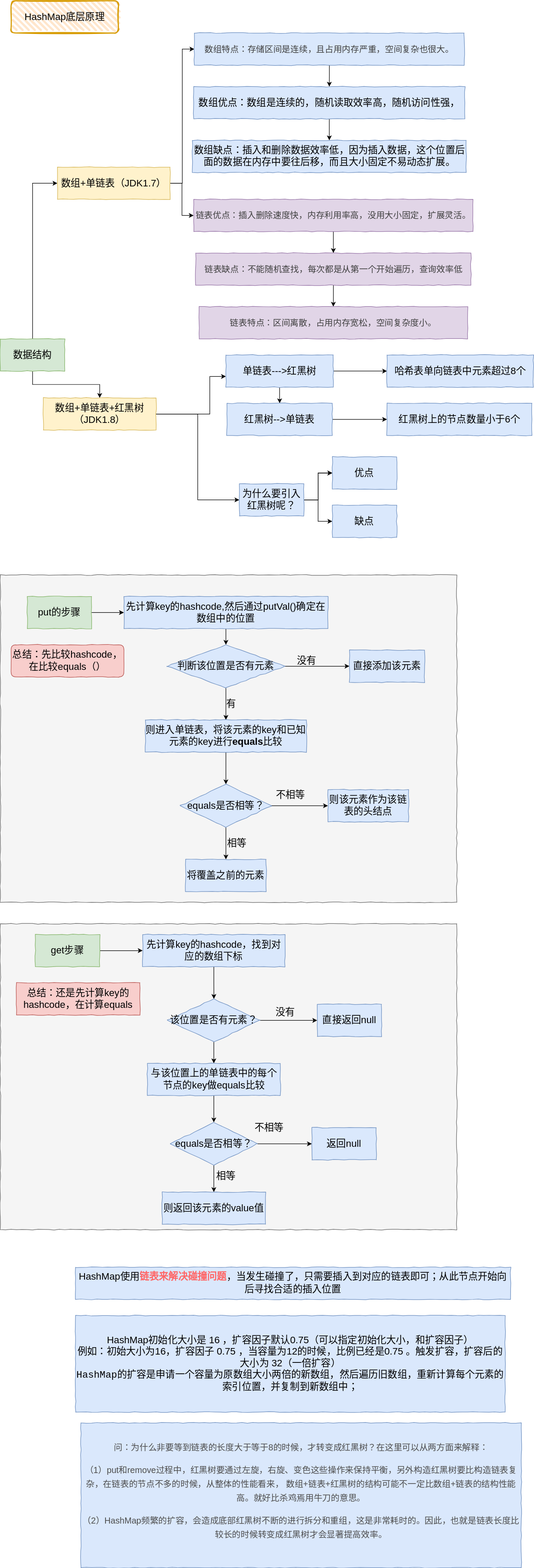
Above: Java/HashMap.svg in kusuzi/LearnJava (draw.io), before the change. Source tidied: cells renumbered, new cells last; positions are measured from the earlier drawing's top-left corner, leaving out a move shared by most shapes.
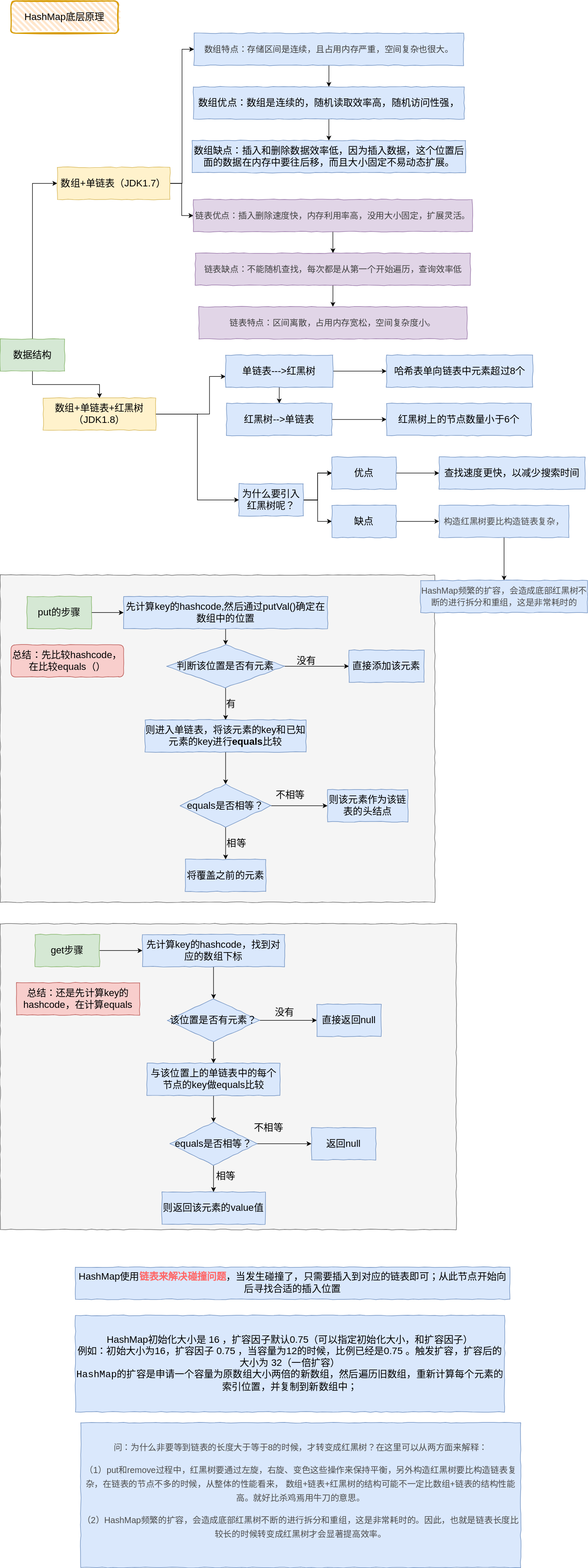
Later version of the same file.

Diff of the diagram source:
```diff
@@ -6,7 +6,7 @@
       <mxGeometry y="1720" width="850" height="570" as="geometry" />
     </mxCell>
     <mxCell id="3" style="rounded=0;whiteSpace=wrap;html=1;comic=1;fontSize=18;strokeColor=#666666;fillColor=#f5f5f5;fontColor=#333333;" parent="1" vertex="1">
-      <mxGeometry y="1070" width="850" height="610" as="geometry" />
+      <mxGeometry y="1070" width="810" height="610" as="geometry" />
     </mxCell>
     <mxCell id="4" value="HashMap底层原理" style="rounded=1;whiteSpace=wrap;html=1;strokeWidth=2;fillWeight=4;hachureGap=8;hachureAngle=45;fillColor=#ffe6cc;sketch=1;labelBackgroundColor=none;strokeColor=#d79b00;fontSize=18;" parent="1" vertex="1">
       <mxGeometry x="20" width="200" height="60" as="geometry" />
@@ -227,9 +227,15 @@
     <mxCell id="73" value="为什么要引入红黑树呢？" style="whiteSpace=wrap;html=1;rounded=0;labelBackgroundColor=none;comic=1;fontSize=18;strokeColor=#6c8ebf;fillColor=#dae8fc;" parent="1" vertex="1">
       <mxGeometry x="445" y="900" width="120" height="60" as="geometry" />
     </mxCell>
+    <mxCell id="80" style="edgeStyle=orthogonalEdgeStyle;rounded=0;jettySize=auto;html=1;" parent="1" edge="1" source="74" target="82">
+      <mxGeometry relative="1" as="geometry" />
+    </mxCell>
     <mxCell id="74" value="优点" style="whiteSpace=wrap;html=1;rounded=0;fontSize=18;strokeColor=#6c8ebf;fillColor=#dae8fc;comic=1;" parent="1" vertex="1">
       <mxGeometry x="618.1" y="850" width="120" height="60" as="geometry" />
     </mxCell>
+    <mxCell id="81" style="edgeStyle=orthogonalEdgeStyle;rounded=0;jettySize=auto;html=1;" parent="1" edge="1" source="75" target="84">
+      <mxGeometry relative="1" as="geometry" />
+    </mxCell>
     <mxCell id="75" value="缺点" style="whiteSpace=wrap;html=1;rounded=0;labelBackgroundColor=none;comic=1;fontSize=18;strokeColor=#6c8ebf;fillColor=#dae8fc;" parent="1" vertex="1">
       <mxGeometry x="618.1" y="940" width="120" height="60" as="geometry" />
     </mxCell>
@@ -245,5 +251,17 @@
     <mxCell id="79" value="&lt;div&gt;HashMap初始化大小是 16 ，扩容因子默认0.75（可以指定初始化大小，和扩容因子）&lt;/div&gt;&lt;div&gt;例如：初始大小为16，扩容因子 0.75 ，当容量为12的时候，比例已经是0.75 。触发扩容，扩容后的大小为 32（一倍扩容）&lt;br&gt;&lt;/div&gt;&lt;div&gt;&lt;span style=&quot;font-family: monospace, monospace; text-align: justify;&quot;&gt;HashMap的扩容是申请一个容量为原数组大小两倍的新数组，然后遍历旧数组，重新计算每个元素的索引位置，并复制到新数组中；&lt;/span&gt;&lt;/div&gt;" style="rounded=0;whiteSpace=wrap;html=1;labelBackgroundColor=none;comic=1;fontSize=18;strokeColor=#6c8ebf;fillColor=#dae8fc;" parent="1" vertex="1">
       <mxGeometry x="140" y="2450" width="800" height="180" as="geometry" />
     </mxCell>
+    <mxCell id="82" value="查找速度更快，以减少搜索时间" style="whiteSpace=wrap;html=1;rounded=0;fontSize=18;strokeColor=#6c8ebf;fillColor=#dae8fc;comic=1;" parent="1" vertex="1">
+      <mxGeometry x="818.1" y="850" width="271.9" height="60" as="geometry" />
+    </mxCell>
+    <mxCell id="83" style="edgeStyle=orthogonalEdgeStyle;rounded=0;jettySize=auto;html=1;" parent="1" edge="1" source="84" target="85">
+      <mxGeometry relative="1" as="geometry" />
+    </mxCell>
+    <mxCell id="84" value="&lt;span style=&quot;color: rgb(77 , 77 , 77) ; font-size: 16px&quot;&gt;构造红黑树要比构造链表复杂，&lt;/span&gt;" style="whiteSpace=wrap;html=1;rounded=0;fontSize=18;strokeColor=#6c8ebf;fillColor=#dae8fc;comic=1;" parent="1" vertex="1">
+      <mxGeometry x="818.1" y="940" width="241.9" height="60" as="geometry" />
+    </mxCell>
+    <mxCell id="85" value="&lt;span style=&quot;color: rgb(77 , 77 , 77) ; font-size: 16px&quot;&gt;HashMap频繁的扩容，会造成底部红黑树不断的进行拆分和重组，这是非常耗时的&lt;/span&gt;" style="whiteSpace=wrap;html=1;rounded=0;fontSize=18;strokeColor=#6c8ebf;fillColor=#dae8fc;comic=1;" parent="1" vertex="1">
+      <mxGeometry x="783.6" y="1080" width="310.9" height="60" as="geometry" />
+    </mxCell>
   </root>
 </mxGraphModel>
```
